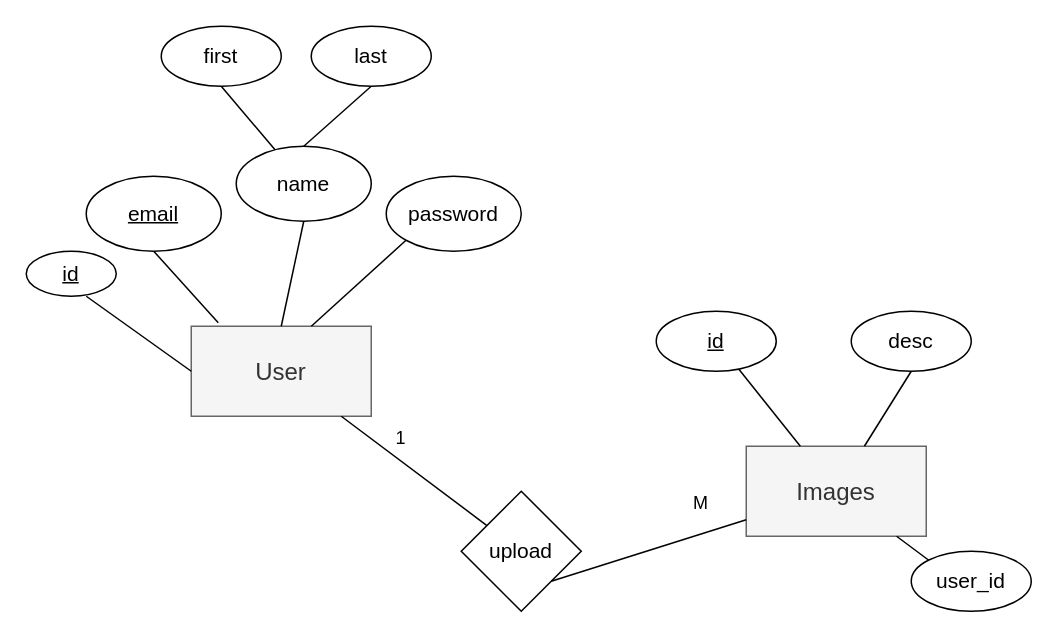
Before: .drawio in AmeraSaad/img-uploader, a draw.io diagram. Source tidied: cells renumbered, new cells numbered last; positions are measured from the earlier drawing's top-left corner, leaving out a move shared by most shapes. Both pictures are drawn from the tidied source at 150%, with x=0, y=0 at pixel (26, 26).
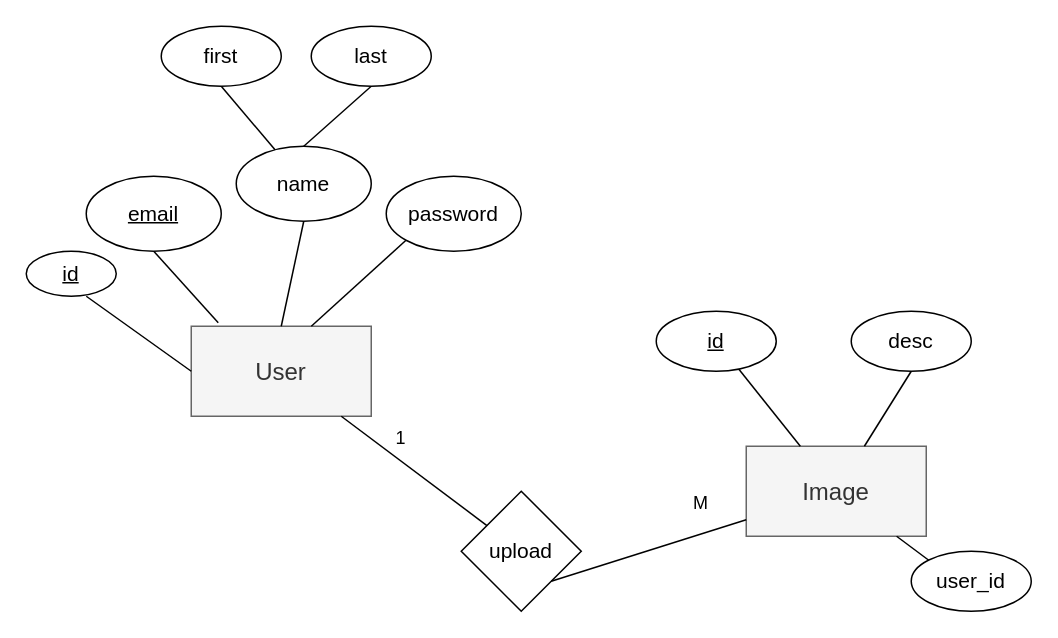
After the change.

What changed in the source:
```diff
@@
-    <mxCell id="3" value="&lt;font style=&quot;font-size: 16px;&quot;&gt;Images&lt;/font&gt;" style="rounded=0;whiteSpace=wrap;html=1;fillColor=#f5f5f5;fontColor=#333333;strokeColor=#666666;" parent="1" vertex="1">
+    <mxCell id="3" value="&lt;font style=&quot;font-size: 16px;&quot;&gt;Image&lt;/font&gt;" style="rounded=0;whiteSpace=wrap;html=1;fillColor=#f5f5f5;fontColor=#333333;strokeColor=#666666;" parent="1" vertex="1">
       <mxGeometry x="480" y="280" width="120" height="60" as="geometry" />
     </mxCell>
```
